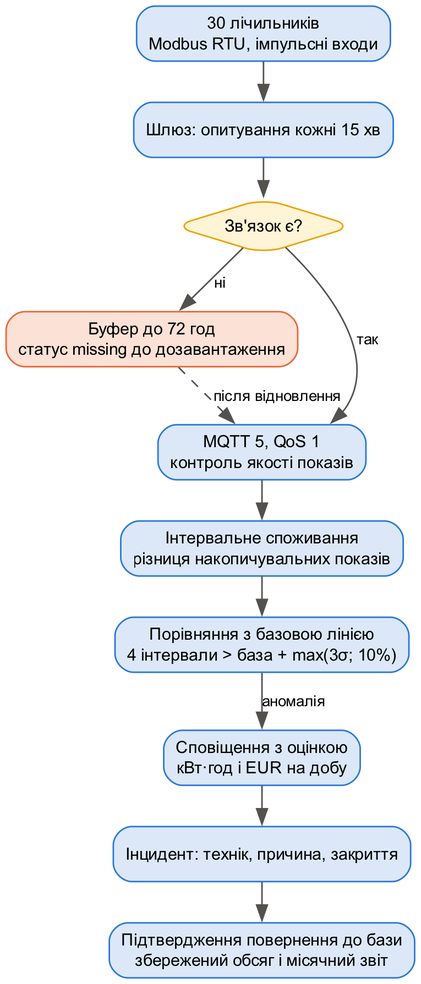
constantinemakoid/kai-software-economics keeps this Graphviz diagram as lab1/out/fig_scenario.png. Above is the earlier version. Its source is kept beside it as lab1/out/fig_scenario.dot.
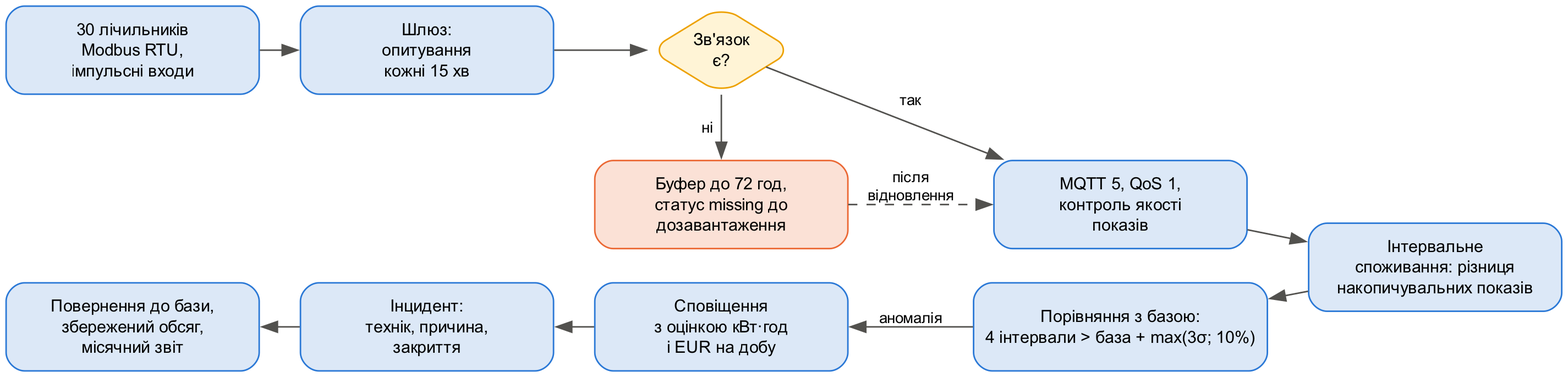
The same diagram one commit later.

What changed in the source:
```diff
@@ -1,22 +1,28 @@
 digraph G {
-rankdir=TB; nodesep=0.35; ranksep=0.35;
-node [shape=box, style="rounded,filled", fillcolor="#dce8f7", color="#2a78d6", fontname="Arial", fontsize=11];
+rankdir=LR; nodesep=0.3; ranksep=0.35; newrank=true;
+node [shape=box, style="rounded,filled", fillcolor="#dce8f7", color="#2a78d6", fontname="Arial", fontsize=11, width=2.3, height=0.8];
 edge [color="#52514e", fontname="Arial", fontsize=10];
-m [label="30 лічильників\nModbus RTU, імпульсні входи"];
-g [label="Шлюз: опитування кожні 15 хв"];
-c [label="Зв'язок є?", shape=diamond, fillcolor="#fff4d6", color="#eda100"];
-b [label="Буфер до 72 год\nстатус missing до дозавантаження", fillcolor="#fbe1d6", color="#eb6834"];
-q [label="MQTT 5, QoS 1\nконтроль якості показів"];
-s [label="Інтервальне споживання\nрізниця накопичувальних показів"];
-a [label="Порівняння з базовою лінією\n4 інтервали > база + max(3σ; 10%)"];
-n [label="Сповіщення з оцінкою\nкВт·год і EUR на добу"];
-i [label="Інцидент: технік, причина, закриття"];
-r [label="Підтвердження повернення до бази\nзбережений обсяг і місячний звіт"];
+m [label="30 лічильників\nModbus RTU,\nімпульсні входи"];
+g [label="Шлюз:\nопитування\nкожні 15 хв"];
+c [label="Зв'язок\nє?", shape=diamond, fillcolor="#fff4d6", color="#eda100", width=1.2];
+b [label="Буфер до 72 год,\nстатус missing до\nдозавантаження", fillcolor="#fbe1d6", color="#eb6834"];
+q [label="MQTT 5, QoS 1,\nконтроль якості\nпоказів"];
+s [label="Інтервальне\nспоживання: різниця\nнакопичувальних показів"];
+a [label="Порівняння з базою:\n4 інтервали > база + max(3σ; 10%)"];
+n [label="Сповіщення\nз оцінкою кВт·год\nі EUR на добу"];
+i [label="Інцидент:\nтехнік, причина,\nзакриття"];
+r [label="Повернення до бази,\nзбережений обсяг,\nмісячний звіт"];
+{rank=same; m; r;}
+{rank=same; g; i;}
+{rank=same; c; b; n;}
+{rank=same; q; a;}
 m -> g -> c;
 c -> q [label="так"];
 c -> b [label="ні"];
-b -> q [label="після відновлення", style=dashed];
-q -> s -> a;
-a -> n [label="аномалія"];
-n -> i -> r;
+b -> q [label="після\nвідновлення", style=dashed];
+q -> s;
+a -> s [dir=back];
+n -> a [dir=back, label="аномалія"];
+i -> n [dir=back];
+r -> i [dir=back];
 }
```
